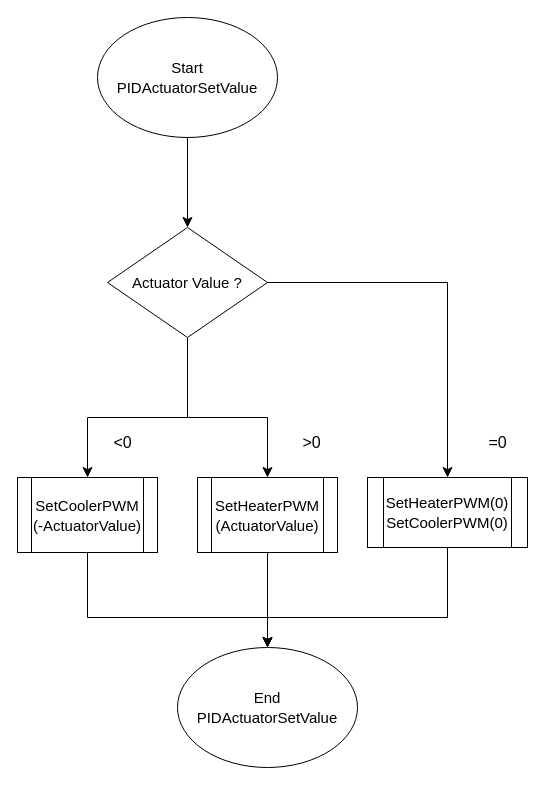
Earlier version of the draw.io diagram PIDActuatorSetValue.drawio (gabrielhaj/ES670-2023-A7). Source tidied: cells renumbered, new cells numbered last; positions are measured from the earlier drawing's top-left corner, leaving out a move shared by most shapes. Both pictures are drawn from the tidied source at 100%, with x=0, y=0 at pixel (17, 17).
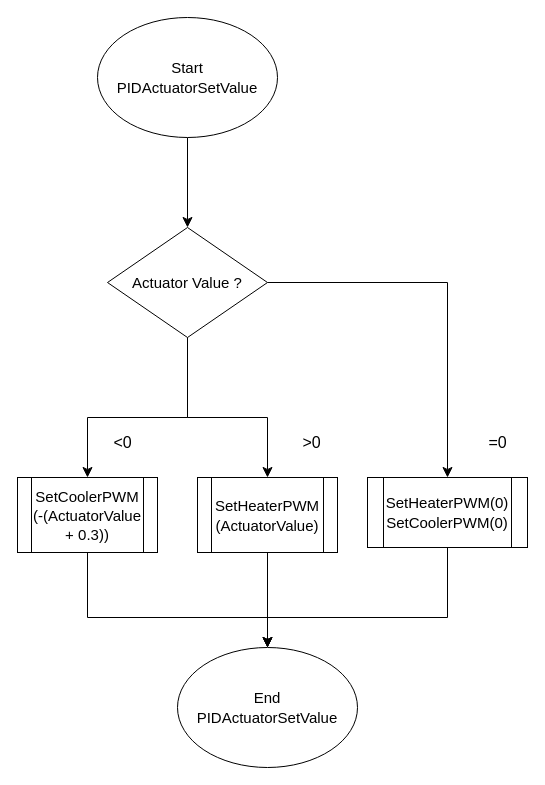
Above is the later version.

What changed in the source:
```diff
@@
-    <mxCell id="9" value="&lt;font style=&quot;font-size: 15px;&quot;&gt;SetCoolerPWM (-ActuatorValue)&lt;/font&gt;" style="shape=process;whiteSpace=wrap;html=1;backgroundOutline=1;fontSize=16;" parent="1" vertex="1">
+    <mxCell id="9" value="&lt;font style=&quot;font-size: 15px;&quot;&gt;SetCoolerPWM (-(ActuatorValue + 0.3))&lt;/font&gt;" style="shape=process;whiteSpace=wrap;html=1;backgroundOutline=1;fontSize=16;" parent="1" vertex="1">
       <mxGeometry y="460" width="140" height="75" as="geometry" />
     </mxCell>
```
